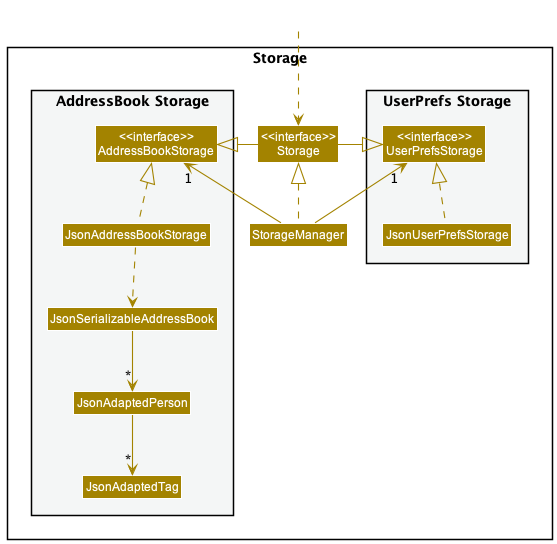
nus-cs2103-AY2223S1/tp keeps this PlantUML diagram as docs/images/StorageClassDiagram.png. Above is the earlier version.
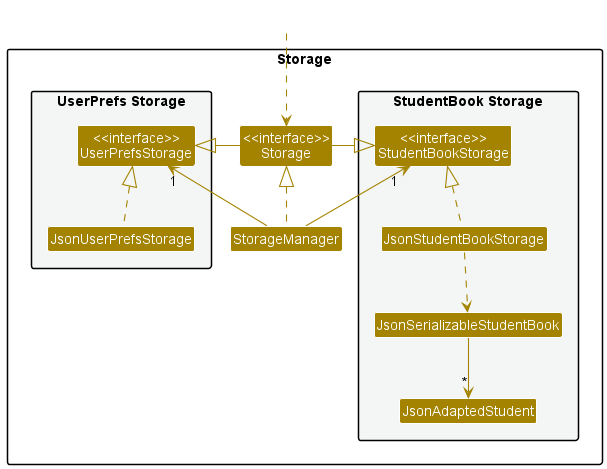
After the change.

Commit message:
Update Storage Class Diagram

Diff of the diagram source:
```diff
@@ -14,12 +14,11 @@
 Class "<<interface>>\nStorage" as Storage
 Class StorageManager
 
-package "AddressBook Storage" #F4F6F6{
-Class "<<interface>>\nAddressBookStorage" as AddressBookStorage
-Class JsonAddressBookStorage
-Class JsonSerializableAddressBook
-Class JsonAdaptedPerson
-Class JsonAdaptedTag
+package "StudentBook Storage" #F4F6F6{
+Class "<<interface>>\nStudentBookStorage" as StudentBookStorage
+Class JsonStudentBookStorage
+Class JsonSerializableStudentBook
+Class JsonAdaptedStudent
 }
 
 }
@@ -29,15 +28,14 @@
 
 StorageManager .up.|> Storage
 StorageManager -up-> "1" UserPrefsStorage
-StorageManager -up-> "1" AddressBookStorage
+StorageManager -up-> "1" StudentBookStorage
 
 Storage -left-|> UserPrefsStorage
-Storage -right-|> AddressBookStorage
+Storage -right-|> StudentBookStorage
 
 JsonUserPrefsStorage .up.|> UserPrefsStorage
-JsonAddressBookStorage .up.|> AddressBookStorage
-JsonAddressBookStorage ..> JsonSerializableAddressBook
-JsonSerializableAddressBook --> "*" JsonAdaptedPerson
-JsonAdaptedPerson --> "*" JsonAdaptedTag
+JsonStudentBookStorage .up.|> StudentBookStorage
+JsonStudentBookStorage ..> JsonSerializableStudentBook
+JsonSerializableStudentBook --> "*" JsonAdaptedStudent
 
 @enduml
```
